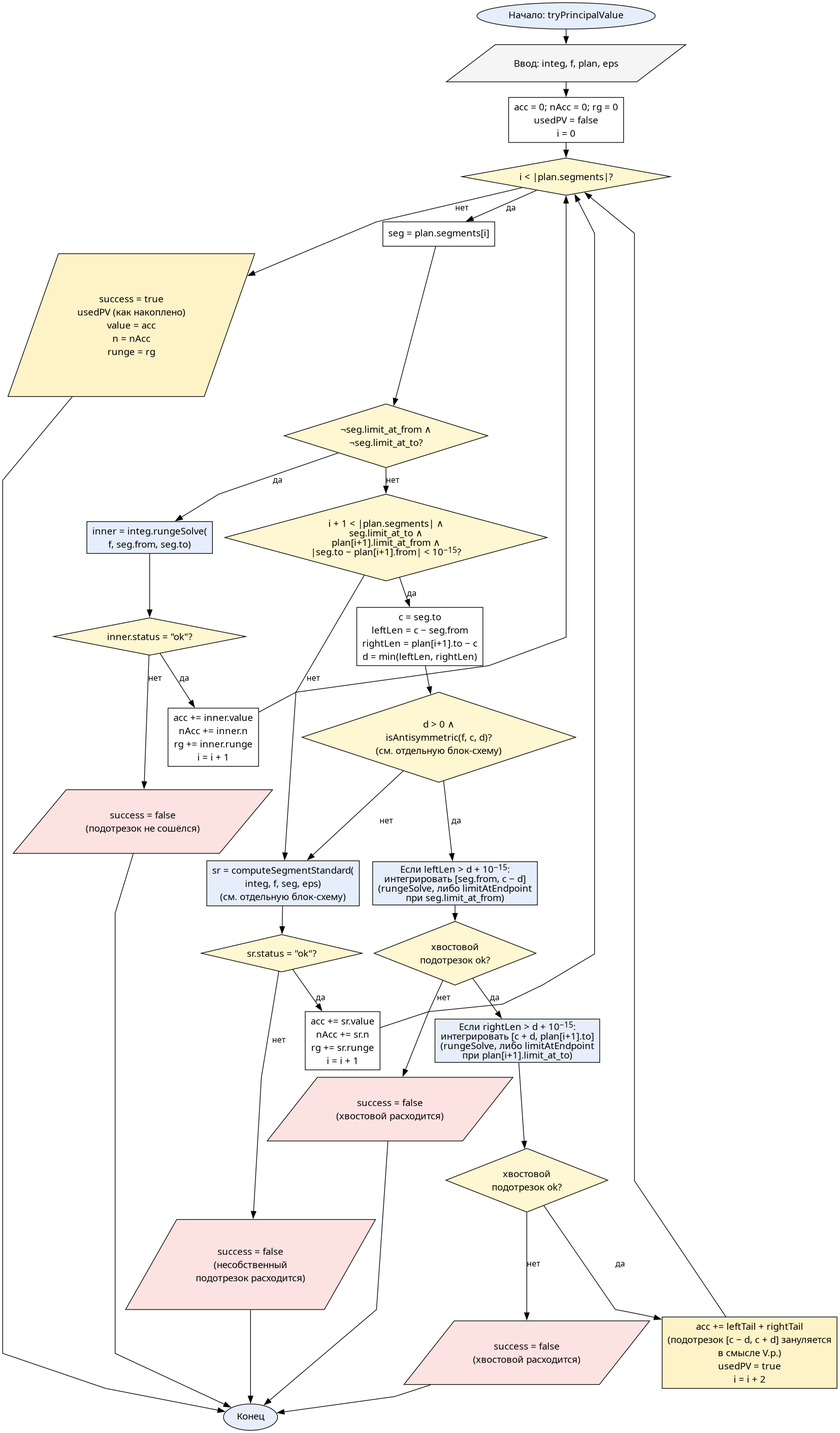
Earlier version of the Graphviz export doc/resources/flowcharts/try_principal_value.png (Oriptal/calc-math-lab2). Its source is kept beside it as doc/resources/flowcharts/try_principal_value.dot. Its diagram source:
```dot
digraph TryPrincipalValue {
  graph [fontname="CMU Serif", rankdir=TB, nodesep=0.25, ranksep=0.3, splines=polyline]
  node  [fontname="CMU Serif", fontsize=14, style="filled", fillcolor="#ffffff", color="#000000"]
  edge  [fontname="CMU Serif", fontsize=12, color="#000000"]

  start [label="Начало: tryPrincipalValue", shape=oval, fillcolor="#e6eefc"]
  input [label=<Ввод: integ, f, plan, eps>, shape=parallelogram, fillcolor="#f5f5f5"]
  init  [label=<acc = 0; nAcc = 0; rg = 0<BR/>usedPV = false<BR/>i = 0>, shape=box]

  chkI [label=<i &lt; |plan.segments|?>, shape=diamond, fillcolor="#fff7d1"]
  retSucc [label=<success = true<BR/>usedPV (как накоплено)<BR/>value = acc<BR/>n = nAcc<BR/>runge = rg>, shape=parallelogram, fillcolor="#fef3c7"]

  segI [label="seg = plan.segments[i]", shape=box]
  chkOrd [label=<¬seg.limit_at_from ∧<BR/>¬seg.limit_at_to?>, shape=diamond, fillcolor="#fff7d1"]

  callOrd [label=<inner = integ.rungeSolve(<BR/>f, seg.from, seg.to)>, shape=box, fillcolor="#e6eefc"]
  chkOrdOk [label=<inner.status = "ok"?>, shape=diamond, fillcolor="#fff7d1"]
  retFailOrd [label=<success = false<BR/>(подотрезок не сошёлся)>, shape=parallelogram, fillcolor="#fde2e2"]
  accOrd [label=<acc += inner.value<BR/>nAcc += inner.n<BR/>rg += inner.runge<BR/>i = i + 1>, shape=box]

  chkPair [label=<i + 1 &lt; |plan.segments| ∧<BR/>seg.limit_at_to ∧<BR/>plan[i+1].limit_at_from ∧<BR/>|seg.to − plan[i+1].from| &lt; 10<SUP>−15</SUP>?>, shape=diamond, fillcolor="#fff7d1"]
  computeD [label=<c = seg.to<BR/>leftLen = c − seg.from<BR/>rightLen = plan[i+1].to − c<BR/>d = min(leftLen, rightLen)>, shape=box]
  chkAnti [label=<d &gt; 0 ∧<BR/>isAntisymmetric(f, c, d)?<BR/>(см. отдельную блок-схему)>, shape=diamond, fillcolor="#fff7d1"]

  leftTail [label=<Если leftLen &gt; d + 10<SUP>−15</SUP>:<BR/>интегрировать [seg.from, c − d]<BR/>(rungeSolve, либо limitAtEndpoint<BR/>при seg.limit_at_from)>, shape=box, fillcolor="#e6eefc"]
  chkLeftOk [label=<хвостовой<BR/>подотрезок ok?>, shape=diamond, fillcolor="#fff7d1"]
  retFailLT [label=<success = false<BR/>(хвостовой расходится)>, shape=parallelogram, fillcolor="#fde2e2"]

  rightTail [label=<Если rightLen &gt; d + 10<SUP>−15</SUP>:<BR/>интегрировать [c + d, plan[i+1].to]<BR/>(rungeSolve, либо limitAtEndpoint<BR/>при plan[i+1].limit_at_to)>, shape=box, fillcolor="#e6eefc"]
  chkRightOk [label=<хвостовой<BR/>подотрезок ok?>, shape=diamond, fillcolor="#fff7d1"]
  retFailRT [label=<success = false<BR/>(хвостовой расходится)>, shape=parallelogram, fillcolor="#fde2e2"]

  accPV [label=<acc += leftTail + rightTail<BR/>(подотрезок [c − d, c + d] зануляется<BR/>в смысле V.p.)<BR/>usedPV = true<BR/>i = i + 2>, shape=box, fillcolor="#fef3c7"]

  fallback [label=<sr = computeSegmentStandard(<BR/>integ, f, seg, eps)<BR/>(см. отдельную блок-схему)>, shape=box, fillcolor="#e6eefc"]
  chkFb [label=<sr.status = "ok"?>, shape=diamond, fillcolor="#fff7d1"]
  retFailFb [label=<success = false<BR/>(несобственный<BR/>подотрезок расходится)>, shape=parallelogram, fillcolor="#fde2e2"]
  accFb [label=<acc += sr.value<BR/>nAcc += sr.n<BR/>rg += sr.runge<BR/>i = i + 1>, shape=box]

  stop [label="Конец", shape=oval, fillcolor="#e6eefc"]

  start -> input -> init -> chkI
  chkI -> retSucc [label="нет"]
  retSucc -> stop
  chkI -> segI [label="да"]
  segI -> chkOrd
  chkOrd -> callOrd [label="да"]
  callOrd -> chkOrdOk
  chkOrdOk -> retFailOrd [label="нет"]
  retFailOrd -> stop
  chkOrdOk -> accOrd [label="да"]
  accOrd -> chkI

  chkOrd -> chkPair [label="нет"]
  chkPair -> computeD [label="да"]
  computeD -> chkAnti
  chkAnti -> leftTail [label="да"]
  leftTail -> chkLeftOk
  chkLeftOk -> retFailLT [label="нет"]
  retFailLT -> stop
  chkLeftOk -> rightTail [label="да"]
  rightTail -> chkRightOk
  chkRightOk -> retFailRT [label="нет"]
  retFailRT -> stop
  chkRightOk -> accPV [label="да"]
  accPV -> chkI

  chkAnti -> fallback [label="нет"]
  chkPair -> fallback [label="нет"]
  fallback -> chkFb
  chkFb -> retFailFb [label="нет"]
  retFailFb -> stop
  chkFb -> accFb [label="да"]
  accFb -> chkI
}
```
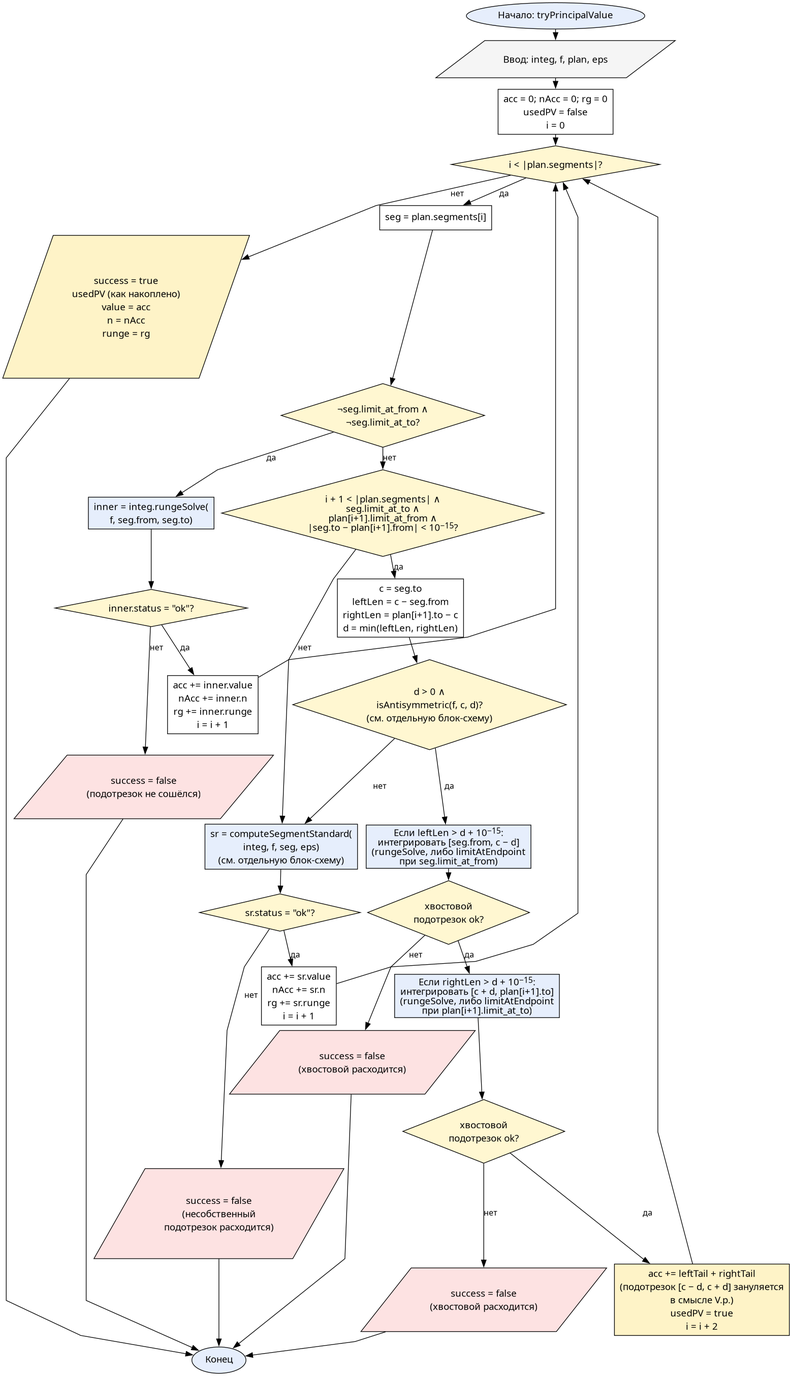
The same file after the commit.

The edit, as a diff of the source:
```diff
@@ -1,5 +1,5 @@
 digraph TryPrincipalValue {
-  graph [fontname="CMU Serif", rankdir=TB, nodesep=0.25, ranksep=0.3, splines=polyline]
+  graph [fontname="CMU Serif", rankdir=TB, nodesep=0.15, ranksep=0.15, splines=polyline]
   node  [fontname="CMU Serif", fontsize=14, style="filled", fillcolor="#ffffff", color="#000000"]
   edge  [fontname="CMU Serif", fontsize=12, color="#000000"]
 
```
